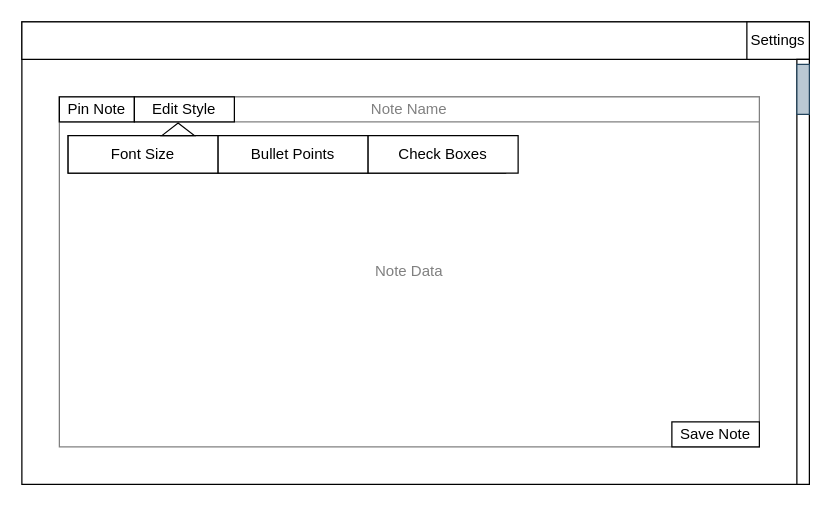
The draw.io diagram UML/COMP1004-notePageWireframe.drawio in hedwignu/HeidiGinnaw-COMP1004, before the edit. Source tidied: cells renumbered, new cells numbered last; positions are measured from the earlier drawing's top-left corner, leaving out a move shared by most shapes. Both pictures are drawn from the tidied source at 125%, with x=0, y=0 at pixel (21, 21).
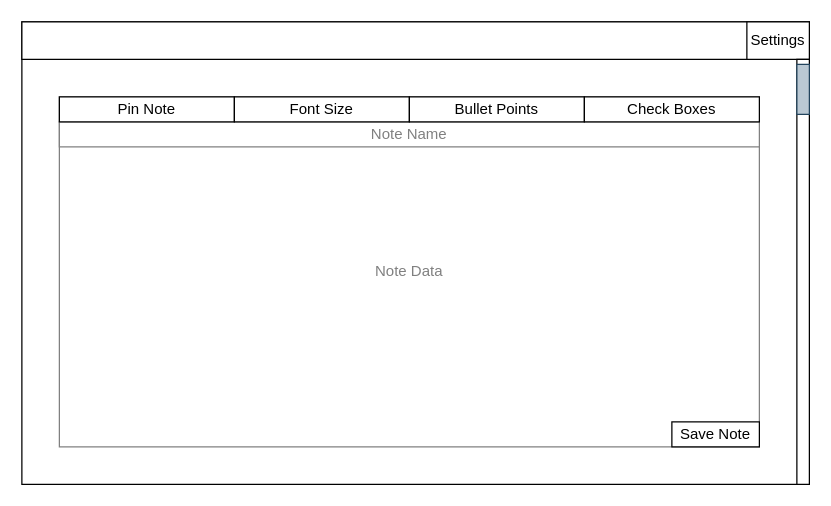
The same page after the edit.

Commit message (it also covers changes not shown here):
added nav bar for notes page and some functionality

Diff of the diagram source:
```diff
@@
 <mxGraphModel>
   <root>
     <mxCell id="0" />
     <mxCell id="1" parent="0" />
     <mxCell id="2" style="rounded=0;whiteSpace=wrap;html=1;" parent="1" vertex="1">
       <mxGeometry width="630" height="370" as="geometry" />
     </mxCell>
     <mxCell id="3" style="rounded=0;whiteSpace=wrap;html=1;" parent="1" vertex="1">
       <mxGeometry width="630" height="30" as="geometry" />
     </mxCell>
     <mxCell id="4" value="Settings" style="rounded=0;whiteSpace=wrap;html=1;" parent="1" vertex="1">
       <mxGeometry x="580" width="50" height="30" as="geometry" />
     </mxCell>
     <mxCell id="5" value="Note Data" style="rounded=0;whiteSpace=wrap;html=1;fontColor=light-dark(#808080, #ededed);strokeColor=light-dark(#808080, #ededed);" parent="1" vertex="1">
       <mxGeometry x="30" y="60" width="560" height="280" as="geometry" />
     </mxCell>
     <mxCell id="6" style="rounded=0;whiteSpace=wrap;html=1;" parent="1" vertex="1">
       <mxGeometry x="620" y="30" width="10" height="340" as="geometry" />
     </mxCell>
     <mxCell id="7" style="rounded=0;whiteSpace=wrap;html=1;fillColor=#bac8d3;strokeColor=#23445d;" parent="1" vertex="1">
       <mxGeometry x="620" y="34" width="10" height="40" as="geometry" />
     </mxCell>
     <mxCell id="8" value="&lt;font style=&quot;color: light-dark(rgb(128, 128, 128), rgb(172, 172, 172));&quot;&gt;Note Name&lt;/font&gt;" style="rounded=0;whiteSpace=wrap;html=1;strokeColor=light-dark(#808080, #ededed);" parent="1" vertex="1">
-      <mxGeometry x="30" y="60" width="560" height="20" as="geometry" />
+      <mxGeometry x="30" y="80" width="560" height="20" as="geometry" />
     </mxCell>
     <mxCell id="9" value="Pin Note" style="rounded=0;whiteSpace=wrap;html=1;" parent="1" vertex="1">
-      <mxGeometry x="30" y="60" width="60" height="20" as="geometry" />
+      <mxGeometry x="30" y="60" width="140" height="20" as="geometry" />
     </mxCell>
     <mxCell id="10" value="Save Note" style="rounded=0;whiteSpace=wrap;html=1;" parent="1" vertex="1">
       <mxGeometry x="520" y="320" width="70" height="20" as="geometry" />
     </mxCell>
-    <mxCell id="11" style="rounded=0;whiteSpace=wrap;html=1;" parent="1" vertex="1">
-      <mxGeometry x="37" y="91" width="350" height="30" as="geometry" />
-    </mxCell>
-    <mxCell id="12" value="Edit Style" style="rounded=0;whiteSpace=wrap;html=1;" parent="1" vertex="1">
-      <mxGeometry x="90" y="60" width="80" height="20" as="geometry" />
+    <mxCell id="12" value="Font Size" style="rounded=0;whiteSpace=wrap;html=1;" parent="1" vertex="1">
+      <mxGeometry x="170" y="60" width="140" height="20" as="geometry" />
     </mxCell>
-    <mxCell id="13" value="Font Size" style="rounded=0;whiteSpace=wrap;html=1;" parent="1" vertex="1">
-      <mxGeometry x="37" y="91" width="120" height="30" as="geometry" />
-    </mxCell>
     <mxCell id="14" value="Bullet Points" style="rounded=0;whiteSpace=wrap;html=1;" parent="1" vertex="1">
-      <mxGeometry x="157" y="91" width="120" height="30" as="geometry" />
+      <mxGeometry x="310" y="60" width="140" height="20" as="geometry" />
     </mxCell>
     <mxCell id="15" value="Check Boxes" style="rounded=0;whiteSpace=wrap;html=1;" parent="1" vertex="1">
-      <mxGeometry x="277" y="91" width="120" height="30" as="geometry" />
+      <mxGeometry x="450" y="60" width="140" height="20" as="geometry" />
     </mxCell>
-    <mxCell id="16" style="triangle;whiteSpace=wrap;html=1;rotation=-90;" parent="1" vertex="1">
-      <mxGeometry x="120" y="73" width="10" height="26" as="geometry" />
-    </mxCell>
   </root>
 </mxGraphModel>
```
